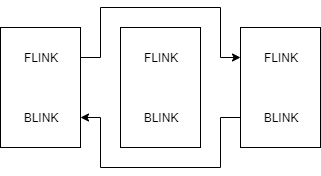
Before: images/dkom.png, a diagram exported from draw.io (nganhkhoa/thesis). Source tidied: cells renumbered, new cells last; positions are measured from the earlier drawing's top-left corner, leaving out a move shared by most shapes.
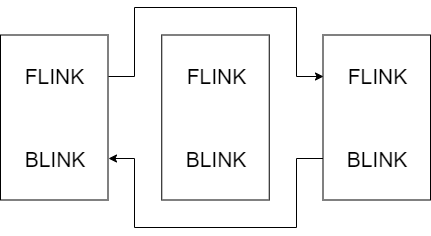
The same file after the commit.

What changed in the source:
```diff
@@ -2,63 +2,66 @@
   <root>
     <mxCell id="0" />
     <mxCell id="1" parent="0" />
-    <mxCell id="2" style="edgeStyle=orthogonalEdgeStyle;rounded=0;jettySize=auto;html=1;exitX=1;exitY=0.25;exitDx=0;exitDy=0;entryX=0;entryY=0.25;entryDx=0;entryDy=0;" parent="1" edge="1" source="5" target="9">
-      <mxGeometry relative="1" as="geometry">
-        <Array as="points">
-          <mxPoint x="100" y="50" />
-          <mxPoint x="100" />
-          <mxPoint x="220" />
-          <mxPoint x="220" y="50" />
-        </Array>
-      </mxGeometry>
-    </mxCell>
+    <mxCell id="16" style="group;fontSize=21;" parent="1" vertex="1">
+      <mxGeometry x="-30" width="430" height="220" as="geometry" />
+    </mxCell>
-    <mxCell id="3" style="edgeStyle=orthogonalEdgeStyle;rounded=0;orthogonalLoop=1;jettySize=auto;html=1;exitX=1;exitY=0.25;exitDx=0;exitDy=0;entryX=0;entryY=0.25;entryDx=0;entryDy=0;startArrow=classic;startFill=1;endArrow=none;endFill=0;" parent="1" edge="1">
+    <mxCell id="3" style="edgeStyle=orthogonalEdgeStyle;rounded=0;orthogonalLoop=1;jettySize=auto;html=1;exitX=1;exitY=0.25;exitDx=0;exitDy=0;entryX=0;entryY=0.25;entryDx=0;entryDy=0;startArrow=classic;startFill=1;endArrow=none;endFill=0;fontSize=21;" parent="16" edge="1">
       <mxGeometry relative="1" as="geometry">
-        <mxPoint x="80" y="110" as="sourcePoint" />
-        <mxPoint x="240" y="110" as="targetPoint" />
+        <mxPoint x="107.5" y="151.2" as="sourcePoint" />
+        <mxPoint x="322.5" y="151.2" as="targetPoint" />
         <Array as="points">
-          <mxPoint x="100" y="110" />
-          <mxPoint x="100" y="160" />
-          <mxPoint x="220" y="160" />
-          <mxPoint x="220" y="110" />
+          <mxPoint x="134.4" y="151.2" />
+          <mxPoint x="134.4" y="220" />
+          <mxPoint x="295.6" y="220" />
+          <mxPoint x="295.6" y="151.2" />
         </Array>
       </mxGeometry>
     </mxCell>
-    <mxCell id="4" style="group;" parent="1" vertex="1">
-      <mxGeometry y="20" width="80" height="120" as="geometry" />
+    <mxCell id="4" style="group;fontSize=21;" parent="16" vertex="1">
+      <mxGeometry y="27.5" width="107.5" height="165" as="geometry" />
     </mxCell>
-    <mxCell id="5" style="rounded=0;whiteSpace=wrap;html=1;" parent="4" vertex="1">
-      <mxGeometry width="80" height="120" as="geometry" />
+    <mxCell id="5" style="rounded=0;whiteSpace=wrap;html=1;fontSize=21;" parent="4" vertex="1">
+      <mxGeometry width="107.5" height="165" as="geometry" />
     </mxCell>
-    <mxCell id="6" value="FLINK" style="text;html=1;strokeColor=none;fillColor=none;align=center;verticalAlign=middle;whiteSpace=wrap;rounded=0;" parent="4" vertex="1">
-      <mxGeometry x="20" y="20" width="40" height="20" as="geometry" />
+    <mxCell id="6" value="FLINK" style="text;html=1;strokeColor=none;fillColor=none;align=center;verticalAlign=middle;whiteSpace=wrap;rounded=0;fontSize=21;" parent="4" vertex="1">
+      <mxGeometry x="26.9" y="27.5" width="53.8" height="27.5" as="geometry" />
     </mxCell>
-    <mxCell id="7" value="BLINK" style="text;html=1;strokeColor=none;fillColor=none;align=center;verticalAlign=middle;whiteSpace=wrap;rounded=0;" parent="4" vertex="1">
-      <mxGeometry x="20" y="80" width="40" height="20" as="geometry" />
+    <mxCell id="7" value="BLINK" style="text;html=1;strokeColor=none;fillColor=none;align=center;verticalAlign=middle;whiteSpace=wrap;rounded=0;fontSize=21;" parent="4" vertex="1">
+      <mxGeometry x="26.9" y="110" width="53.8" height="27.5" as="geometry" />
     </mxCell>
-    <mxCell id="8" style="group;" parent="1" vertex="1">
-      <mxGeometry x="240" y="20" width="80" height="120" as="geometry" />
+    <mxCell id="8" style="group;fontSize=21;" parent="16" vertex="1">
+      <mxGeometry x="322.5" y="27.5" width="107.5" height="165" as="geometry" />
     </mxCell>
-    <mxCell id="9" style="rounded=0;whiteSpace=wrap;html=1;" parent="8" vertex="1">
-      <mxGeometry width="80" height="120" as="geometry" />
+    <mxCell id="9" style="rounded=0;whiteSpace=wrap;html=1;fontSize=21;" parent="8" vertex="1">
+      <mxGeometry width="107.5" height="165" as="geometry" />
     </mxCell>
-    <mxCell id="10" value="FLINK" style="text;html=1;strokeColor=none;fillColor=none;align=center;verticalAlign=middle;whiteSpace=wrap;rounded=0;" parent="8" vertex="1">
-      <mxGeometry x="20" y="20" width="40" height="20" as="geometry" />
+    <mxCell id="10" value="FLINK" style="text;html=1;strokeColor=none;fillColor=none;align=center;verticalAlign=middle;whiteSpace=wrap;rounded=0;fontSize=21;" parent="8" vertex="1">
+      <mxGeometry x="26.9" y="27.5" width="53.8" height="27.5" as="geometry" />
     </mxCell>
-    <mxCell id="11" value="BLINK" style="text;html=1;strokeColor=none;fillColor=none;align=center;verticalAlign=middle;whiteSpace=wrap;rounded=0;" parent="8" vertex="1">
-      <mxGeometry x="20" y="80" width="40" height="20" as="geometry" />
+    <mxCell id="11" value="BLINK" style="text;html=1;strokeColor=none;fillColor=none;align=center;verticalAlign=middle;whiteSpace=wrap;rounded=0;fontSize=21;" parent="8" vertex="1">
+      <mxGeometry x="26.9" y="110" width="53.8" height="27.5" as="geometry" />
     </mxCell>
+    <mxCell id="2" style="edgeStyle=orthogonalEdgeStyle;rounded=0;jettySize=auto;html=1;exitX=1;exitY=0.25;exitDx=0;exitDy=0;entryX=0;entryY=0.25;entryDx=0;entryDy=0;fontSize=21;" parent="16" edge="1" source="5" target="9">
+      <mxGeometry relative="1" as="geometry">
+        <Array as="points">
+          <mxPoint x="134.4" y="68.8" />
+          <mxPoint x="134.4" />
+          <mxPoint x="295.6" />
+          <mxPoint x="295.6" y="68.8" />
+        </Array>
+      </mxGeometry>
+    </mxCell>
-    <mxCell id="12" style="group;" parent="1" vertex="1">
-      <mxGeometry x="120" y="20" width="80" height="120" as="geometry" />
+    <mxCell id="12" style="group;fontSize=21;" parent="16" vertex="1">
+      <mxGeometry x="161.2" y="27.5" width="107.5" height="165" as="geometry" />
     </mxCell>
-    <mxCell id="13" style="rounded=0;whiteSpace=wrap;html=1;" parent="12" vertex="1">
-      <mxGeometry width="80" height="120" as="geometry" />
+    <mxCell id="13" style="rounded=0;whiteSpace=wrap;html=1;fontSize=21;" parent="12" vertex="1">
+      <mxGeometry width="107.5" height="165" as="geometry" />
     </mxCell>
-    <mxCell id="14" value="FLINK" style="text;html=1;strokeColor=none;fillColor=none;align=center;verticalAlign=middle;whiteSpace=wrap;rounded=0;" parent="12" vertex="1">
-      <mxGeometry x="20" y="20" width="40" height="20" as="geometry" />
+    <mxCell id="14" value="FLINK" style="text;html=1;strokeColor=none;fillColor=none;align=center;verticalAlign=middle;whiteSpace=wrap;rounded=0;fontSize=21;" parent="12" vertex="1">
+      <mxGeometry x="26.9" y="27.5" width="53.8" height="27.5" as="geometry" />
     </mxCell>
-    <mxCell id="15" value="BLINK" style="text;html=1;strokeColor=none;fillColor=none;align=center;verticalAlign=middle;whiteSpace=wrap;rounded=0;" parent="12" vertex="1">
-      <mxGeometry x="20" y="80" width="40" height="20" as="geometry" />
+    <mxCell id="15" value="BLINK" style="text;html=1;strokeColor=none;fillColor=none;align=center;verticalAlign=middle;whiteSpace=wrap;rounded=0;fontSize=21;" parent="12" vertex="1">
+      <mxGeometry x="26.9" y="110" width="53.8" height="27.5" as="geometry" />
     </mxCell>
   </root>
 </mxGraphModel>
```
